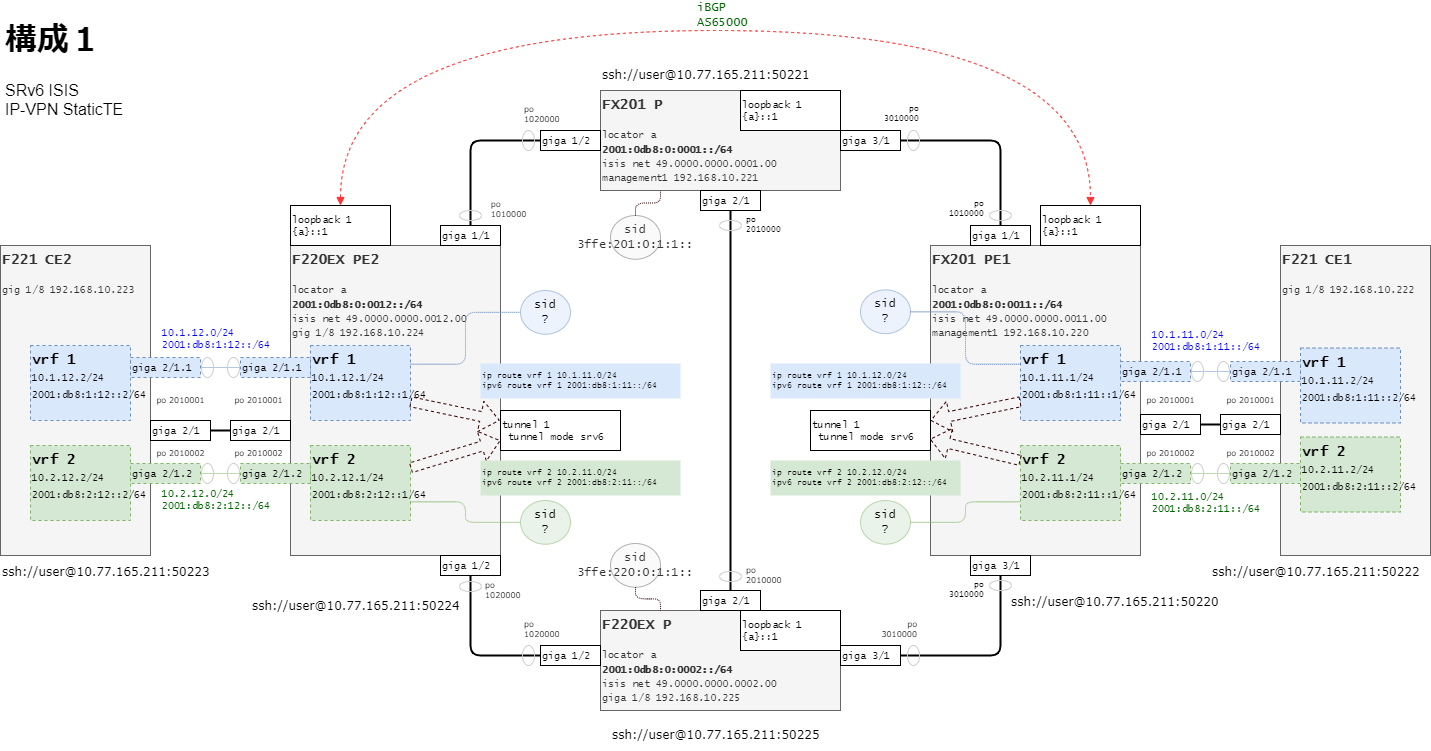
Before: examples/config_l3vpn/img/labo1_isis_static_te.drawio.png, a diagram exported from draw.io (takamitsu-iida/pyats-fitelnet). Source tidied: cells renumbered, new cells last; positions are measured from the earlier drawing's top-left corner, leaving out a move shared by most shapes.
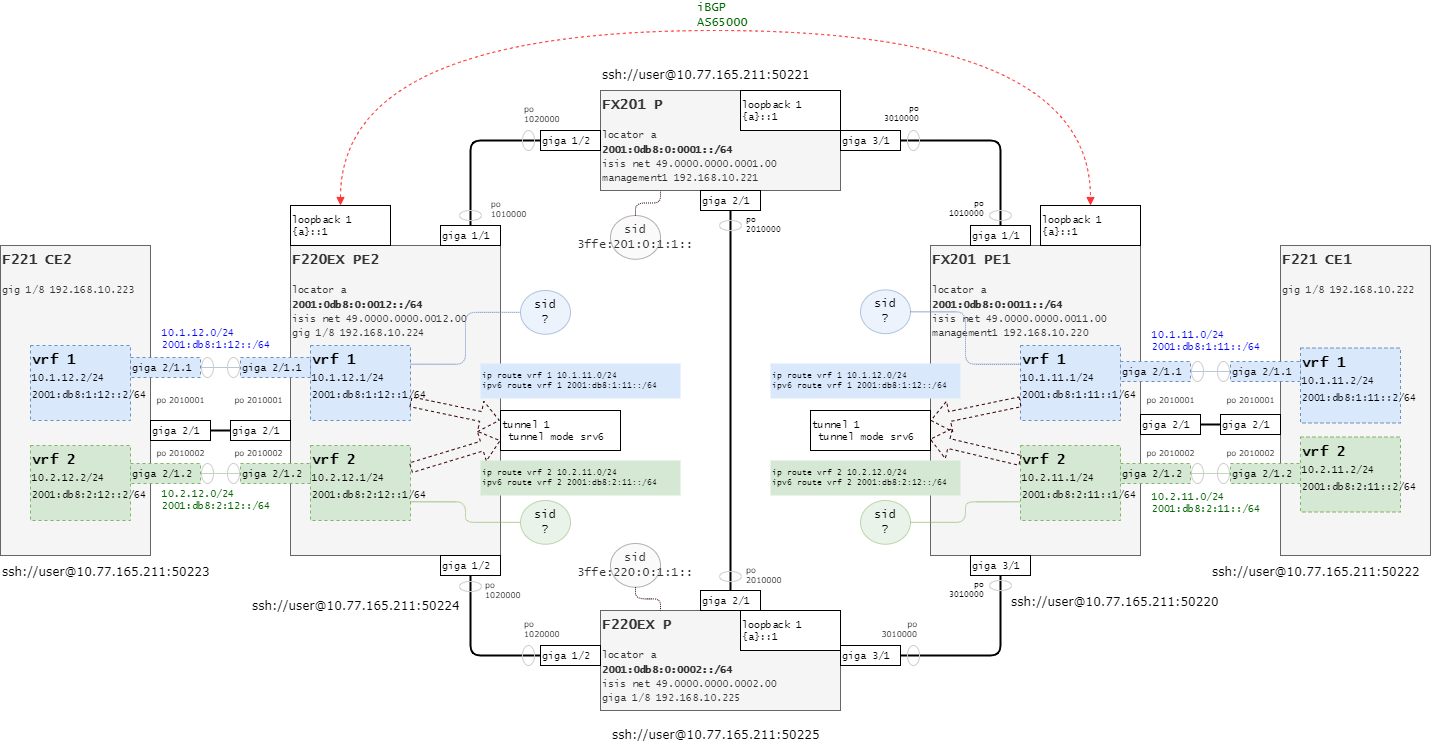
After the commit.

Diff of the diagram source:
```diff
@@ -270,9 +270,6 @@
     <mxCell id="88" value="&lt;span&gt;ip route vrf 2 10.2.12.0/24&lt;/span&gt;&lt;br&gt;&lt;span&gt;ipv6 route vrf 2 2001:db8:2:12::/64&lt;/span&gt;" style="rounded=0;whiteSpace=wrap;html=1;fontFamily=Lucida Console;align=left;fontSize=8;fillColor=#d5e8d4;strokeColor=none;" parent="1" vertex="1">
       <mxGeometry x="770" y="460" width="190" height="35" as="geometry" />
     </mxCell>
-    <mxCell id="89" value="&lt;h1&gt;構成１&lt;/h1&gt;&lt;div&gt;SRv6 ISIS&lt;/div&gt;&lt;div&gt;IP-VPN StaticTE&lt;/div&gt;" style="text;html=1;strokeColor=none;fillColor=none;spacing=5;spacingTop=-20;whiteSpace=wrap;overflow=hidden;rounded=0;fontSize=16;" parent="1" vertex="1">
-      <mxGeometry y="10" width="190" height="120" as="geometry" />
-    </mxCell>
     <mxCell id="90" value="&lt;div style=&quot;text-align: left&quot;&gt;&lt;span&gt;po&lt;/span&gt;&lt;/div&gt;1010000" style="text;html=1;align=center;verticalAlign=middle;strokeColor=none;fillColor=none;fontFamily=Verdana;fontSize=8;" parent="1" vertex="1">
       <mxGeometry x="483" y="194" width="50" height="30" as="geometry" />
     </mxCell>
```
